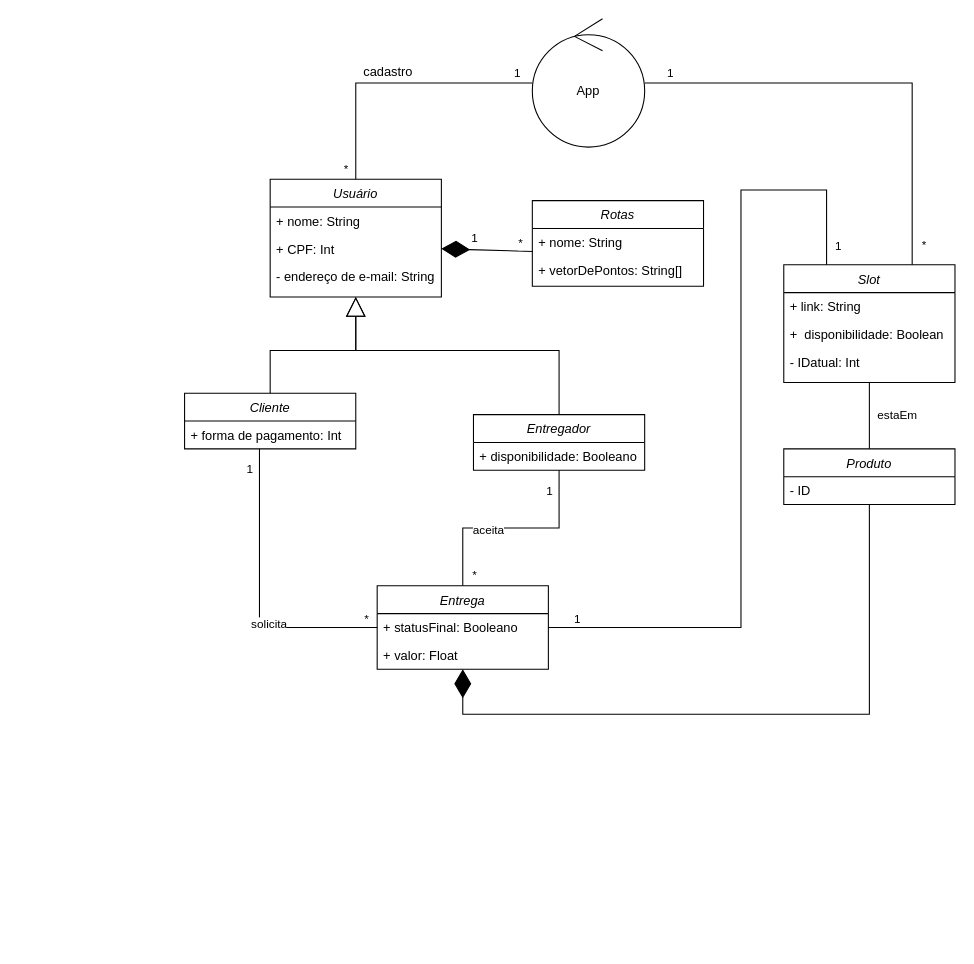
The draw.io diagram Diagrama Conceitual - Projeto.drawio in bruniculos08/SOFT003, before the edit. Source tidied: cells renumbered, new cells numbered last; positions are measured from the earlier drawing's top-left corner, leaving out a move shared by most shapes. Both pictures are drawn from the tidied source at 107%, with x=0, y=0 at pixel (184, 18).
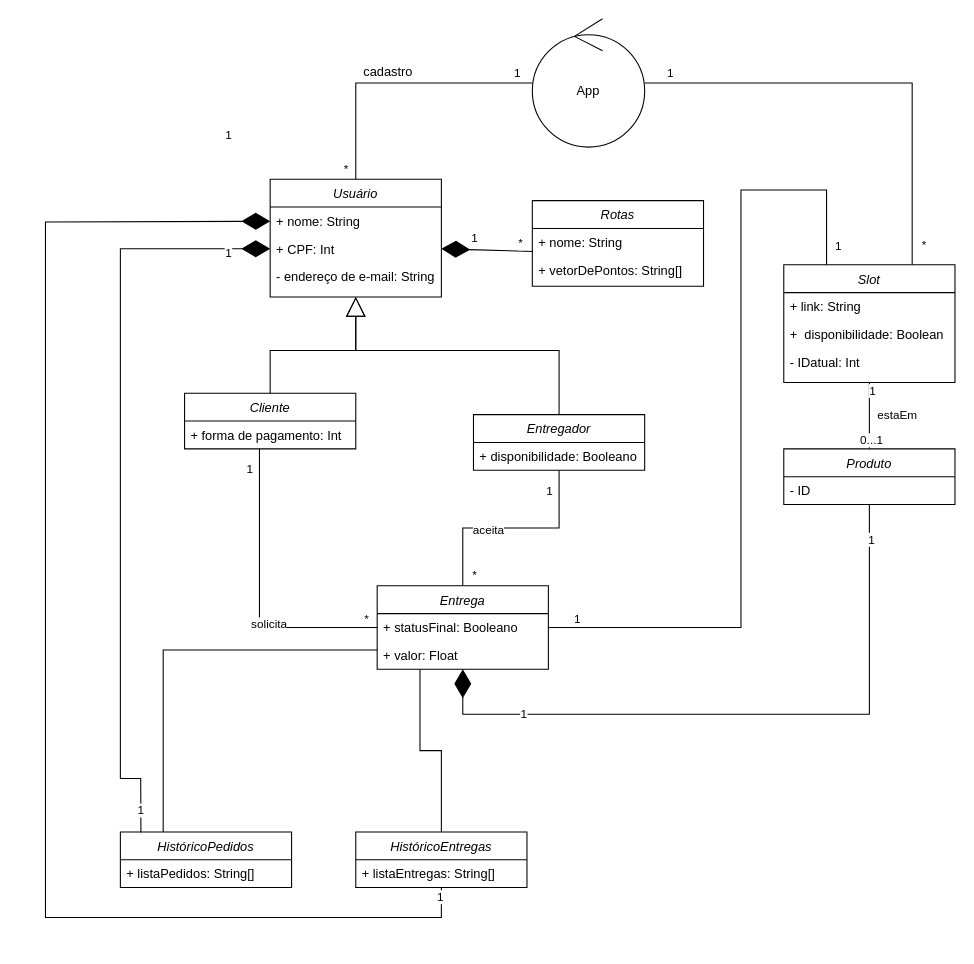
The same page after the edit.

Unchanged cells that the change refers to:
```xml
<mxCell id="3" value="+ nome: String" style="text;align=left;verticalAlign=top;spacingLeft=4;spacingRight=4;overflow=hidden;points=[[0,0.5],[1,0.5]];portConstraint=eastwest;" parent="2" vertex="1">
  <mxGeometry y="26" width="160" height="26" as="geometry" />
</mxCell>
<mxCell id="4" value="+ CPF: Int" style="text;align=left;verticalAlign=top;spacingLeft=4;spacingRight=4;overflow=hidden;points=[[0,0.5],[1,0.5]];portConstraint=eastwest;rounded=0;shadow=0;html=0;" parent="2" vertex="1">
  <mxGeometry y="52" width="160" height="26" as="geometry" />
</mxCell>
<mxCell id="22" style="edgeStyle=orthogonalEdgeStyle;rounded=0;jettySize=auto;html=1;exitX=0.5;exitY=1;exitDx=0;exitDy=0;entryX=0.5;entryY=0;entryDx=0;entryDy=0;startArrow=none;startFill=0;endArrow=none;endFill=0;" parent="1" edge="1" source="24" target="20">
  <mxGeometry relative="1" as="geometry" />
</mxCell>
<mxCell id="37" value="+ valor: Float" style="text;align=left;verticalAlign=top;spacingLeft=4;spacingRight=4;overflow=hidden;points=[[0,0.5],[1,0.5]];portConstraint=eastwest;" parent="35" vertex="1">
  <mxGeometry y="52" width="160" height="26" as="geometry" />
</mxCell>
<mxCell id="48" style="endArrow=diamondThin;endFill=1;endSize=24;html=1;rounded=0;" parent="1" edge="1" source="21" target="37">
  <mxGeometry relative="1" as="geometry">
    <Array as="points">
      <mxPoint x="640" y="650" />
      <mxPoint x="260" y="650" />
    </Array>
  </mxGeometry>
</mxCell>
```

Diff of the diagram source:
```diff
@@
+    <mxCell id="49" value="1" style="edgeLabel;html=1;align=center;verticalAlign=middle;" parent="22" vertex="1">
+      <mxGeometry x="-0.76" y="2" relative="1" as="geometry" />
+    </mxCell>
+    <mxCell id="50" value="0...1" style="edgeLabel;html=1;align=center;verticalAlign=middle;" parent="22" vertex="1">
+      <mxGeometry x="0.71" y="1" relative="1" as="geometry" />
+    </mxCell>
@@
+    <mxCell id="51" value="1" style="edgeLabel;html=1;align=center;verticalAlign=middle;" parent="48" vertex="1">
+      <mxGeometry x="0.68" y="-1" relative="1" as="geometry">
+        <mxPoint x="-1" as="offset" />
+      </mxGeometry>
+    </mxCell>
+    <mxCell id="52" value="1" style="edgeLabel;html=1;align=center;verticalAlign=middle;" parent="48" vertex="1">
+      <mxGeometry x="-0.9" y="1" relative="1" as="geometry">
+        <mxPoint y="1" as="offset" />
+      </mxGeometry>
+    </mxCell>
+    <mxCell id="53" value="HistóricoEntregas" style="swimlane;fontStyle=2;align=center;verticalAlign=top;horizontal=1;startSize=26;rounded=0;shadow=0;strokeWidth=1;" parent="1" vertex="1">
+      <mxGeometry x="160" y="760" width="160" height="52" as="geometry" />
+    </mxCell>
+    <mxCell id="54" value="+ listaEntregas: String[]" style="text;align=left;verticalAlign=top;spacingLeft=4;spacingRight=4;overflow=hidden;points=[[0,0.5],[1,0.5]];portConstraint=eastwest;" parent="53" vertex="1">
+      <mxGeometry y="26" width="160" height="26" as="geometry" />
+    </mxCell>
+    <mxCell id="55" value="HistóricoPedidos" style="swimlane;fontStyle=2;align=center;verticalAlign=top;horizontal=1;startSize=26;rounded=0;shadow=0;strokeWidth=1;" parent="1" vertex="1">
+      <mxGeometry x="-60" y="760" width="160" height="52" as="geometry" />
+    </mxCell>
+    <mxCell id="56" value="+ listaPedidos: String[]" style="text;align=left;verticalAlign=top;spacingLeft=4;spacingRight=4;overflow=hidden;" parent="55" vertex="1">
+      <mxGeometry y="26" width="160" height="26" as="geometry" />
+    </mxCell>
+    <mxCell id="57" style="edgeStyle=orthogonalEdgeStyle;rounded=0;sketch=0;jumpStyle=arc;jettySize=auto;html=1;entryX=0.5;entryY=0;entryDx=0;entryDy=0;shadow=0;startArrow=none;startFill=0;endArrow=none;endFill=0;" parent="1" edge="1" source="37" target="53">
+      <mxGeometry relative="1" as="geometry">
+        <Array as="points">
+          <mxPoint x="220" y="684" />
+          <mxPoint x="240" y="684" />
+        </Array>
+      </mxGeometry>
+    </mxCell>
+    <mxCell id="58" style="edgeStyle=orthogonalEdgeStyle;rounded=0;sketch=0;jumpStyle=arc;jettySize=auto;html=1;entryX=0.25;entryY=0;entryDx=0;entryDy=0;shadow=0;startArrow=none;startFill=0;endArrow=none;endFill=0;" parent="1" edge="1" source="37" target="55">
+      <mxGeometry relative="1" as="geometry">
+        <Array as="points">
+          <mxPoint x="-20" y="590" />
+        </Array>
+      </mxGeometry>
+    </mxCell>
+    <mxCell id="59" style="endArrow=diamondThin;endFill=1;endSize=24;html=1;rounded=0;exitX=0.12;exitY=0.011;exitDx=0;exitDy=0;exitPerimeter=0;" parent="1" edge="1" source="55" target="4">
+      <mxGeometry relative="1" as="geometry">
+        <Array as="points">
+          <mxPoint x="-41" y="710" />
+          <mxPoint x="-60" y="710" />
+          <mxPoint x="-60" y="215" />
+        </Array>
+      </mxGeometry>
+    </mxCell>
+    <mxCell id="60" value="1" style="edgeLabel;html=1;align=center;verticalAlign=middle;" parent="59" vertex="1">
+      <mxGeometry x="0.22" relative="1" as="geometry">
+        <mxPoint x="100" y="-131" as="offset" />
+      </mxGeometry>
+    </mxCell>
+    <mxCell id="61" value="1" style="edgeLabel;html=1;align=center;verticalAlign=middle;" parent="59" vertex="1">
+      <mxGeometry x="-0.72" y="1" relative="1" as="geometry">
+        <mxPoint x="19" y="59" as="offset" />
+      </mxGeometry>
+    </mxCell>
+    <mxCell id="62" style="endArrow=diamondThin;endFill=1;endSize=24;html=1;rounded=0;" parent="1" edge="1" source="54" target="3">
+      <mxGeometry relative="1" as="geometry">
+        <Array as="points">
+          <mxPoint x="240" y="840" />
+          <mxPoint x="50" y="840" />
+          <mxPoint x="-130" y="840" />
+          <mxPoint x="-130" y="190" />
+        </Array>
+      </mxGeometry>
+    </mxCell>
+    <mxCell id="63" value="1" style="edgeLabel;html=1;align=center;verticalAlign=middle;" parent="62" vertex="1">
+      <mxGeometry x="0.22" relative="1" as="geometry">
+        <mxPoint x="170" y="-363" as="offset" />
+      </mxGeometry>
+    </mxCell>
+    <mxCell id="64" value="1" style="edgeLabel;html=1;align=center;verticalAlign=middle;" parent="62" vertex="1">
+      <mxGeometry x="-0.72" y="1" relative="1" as="geometry">
+        <mxPoint x="146" y="-21" as="offset" />
+      </mxGeometry>
+    </mxCell>
```
